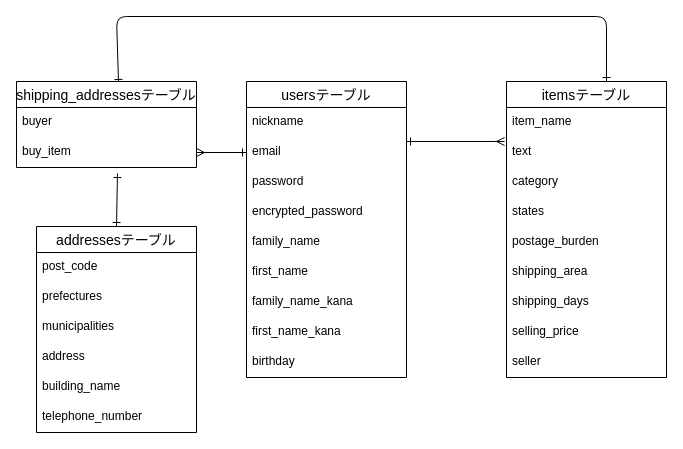
This is furima.dio from Shibasaki-Suzuka/furima-39101, a draw.io file, before an edit. Source tidied: cells renumbered, new cells numbered last; positions are measured from the earlier drawing's top-left corner, leaving out a move shared by most shapes. Both pictures are drawn from the tidied source at 100%, with x=0, y=0 at pixel (16, 16).
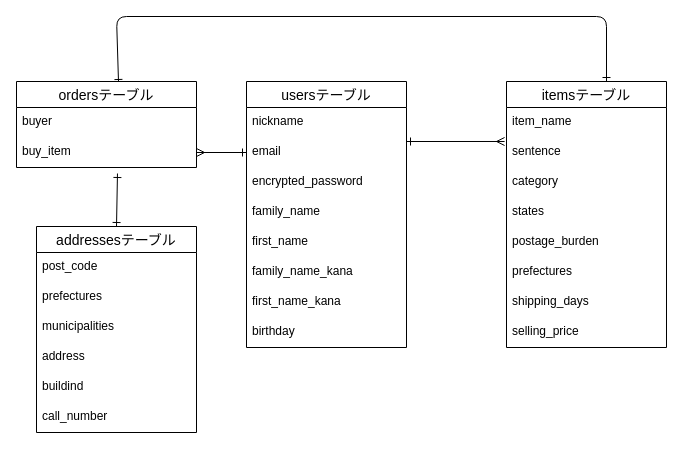
Above is the later version.

Unchanged cells that the change refers to:
```xml
<mxCell id="22" value="addressesテーブル" style="swimlane;fontStyle=0;horizontal=1;startSize=26;align=center;fontSize=14;rounded=0;" parent="1" vertex="1">
  <mxGeometry x="20" y="210" width="160" height="206" as="geometry" />
</mxCell>
```

Diff of the diagram source:
```diff
@@
     <mxCell id="2" value="usersテーブル" style="swimlane;fontStyle=0;horizontal=1;startSize=26;align=center;fontSize=14;rounded=0;" parent="1" vertex="1">
-      <mxGeometry x="230" y="65" width="160" height="296" as="geometry" />
+      <mxGeometry x="230" y="65" width="160" height="266" as="geometry" />
     </mxCell>
@@
-    <mxCell id="5" value="password" style="text;strokeColor=none;fillColor=none;spacingLeft=4;spacingRight=4;overflow=hidden;fontSize=12;rounded=0;" parent="2" vertex="1">
-      <mxGeometry y="86" width="160" height="30" as="geometry" />
-    </mxCell>
     <mxCell id="6" value="encrypted_password" style="text;strokeColor=none;fillColor=none;spacingLeft=4;spacingRight=4;overflow=hidden;fontSize=12;rounded=0;" parent="2" vertex="1">
-      <mxGeometry y="116" width="160" height="30" as="geometry" />
+      <mxGeometry y="86" width="160" height="30" as="geometry" />
     </mxCell>
     <mxCell id="7" value="family_name" style="text;strokeColor=none;fillColor=none;spacingLeft=4;spacingRight=4;overflow=hidden;fontSize=12;" parent="2" vertex="1">
-      <mxGeometry y="146" width="160" height="30" as="geometry" />
+      <mxGeometry y="116" width="160" height="30" as="geometry" />
     </mxCell>
     <mxCell id="8" value="first_name" style="text;strokeColor=none;fillColor=none;spacingLeft=4;spacingRight=4;overflow=hidden;fontSize=12;" parent="2" vertex="1">
-      <mxGeometry y="176" width="160" height="30" as="geometry" />
+      <mxGeometry y="146" width="160" height="30" as="geometry" />
     </mxCell>
     <mxCell id="9" value="family_name_kana" style="text;strokeColor=none;fillColor=none;spacingLeft=4;spacingRight=4;overflow=hidden;fontSize=12;" parent="2" vertex="1">
-      <mxGeometry y="206" width="160" height="30" as="geometry" />
+      <mxGeometry y="176" width="160" height="30" as="geometry" />
     </mxCell>
     <mxCell id="10" value="first_name_kana" style="text;strokeColor=none;fillColor=none;spacingLeft=4;spacingRight=4;overflow=hidden;fontSize=12;" parent="2" vertex="1">
-      <mxGeometry y="236" width="160" height="30" as="geometry" />
+      <mxGeometry y="206" width="160" height="30" as="geometry" />
     </mxCell>
     <mxCell id="11" value="birthday" style="text;strokeColor=none;fillColor=none;spacingLeft=4;spacingRight=4;overflow=hidden;fontSize=12;" parent="2" vertex="1">
-      <mxGeometry y="266" width="160" height="30" as="geometry" />
+      <mxGeometry y="236" width="160" height="30" as="geometry" />
     </mxCell>
     <mxCell id="12" value="itemsテーブル" style="swimlane;fontStyle=0;horizontal=1;startSize=26;align=center;fontSize=14;rounded=0;" parent="1" vertex="1">
-      <mxGeometry x="490" y="65" width="160" height="296" as="geometry" />
+      <mxGeometry x="490" y="65" width="160" height="266" as="geometry" />
     </mxCell>
@@
-    <mxCell id="14" value="text" style="text;strokeColor=none;fillColor=none;spacingLeft=4;spacingRight=4;overflow=hidden;points=[[0,0.5],[1,0.5]];portConstraint=eastwest;fontSize=12;rounded=0;" parent="12" vertex="1">
+    <mxCell id="14" value="sentence" style="text;strokeColor=none;fillColor=none;spacingLeft=4;spacingRight=4;overflow=hidden;points=[[0,0.5],[1,0.5]];portConstraint=eastwest;fontSize=12;rounded=0;" parent="12" vertex="1">
       <mxGeometry y="56" width="160" height="30" as="geometry" />
     </mxCell>
@@
-    <mxCell id="18" value="shipping_area" style="text;strokeColor=none;fillColor=none;spacingLeft=4;spacingRight=4;overflow=hidden;fontSize=12;" parent="12" vertex="1">
-      <mxGeometry y="176" width="160" height="30" as="geometry" />
-    </mxCell>
+    <mxCell id="36" value="prefectures" style="text;strokeColor=none;fillColor=none;spacingLeft=4;spacingRight=4;overflow=hidden;fontSize=12;" parent="12" vertex="1">
+      <mxGeometry y="176" width="160" height="30" as="geometry" />
+    </mxCell>
@@
-    <mxCell id="21" value="seller" style="text;strokeColor=none;fillColor=none;spacingLeft=4;spacingRight=4;overflow=hidden;fontSize=12;" parent="12" vertex="1">
-      <mxGeometry y="266" width="160" height="30" as="geometry" />
-    </mxCell>
@@
-    <mxCell id="27" value="building_name" style="text;strokeColor=none;fillColor=none;spacingLeft=4;spacingRight=4;overflow=hidden;fontSize=12;" parent="22" vertex="1">
-      <mxGeometry y="146" width="160" height="30" as="geometry" />
-    </mxCell>
+    <mxCell id="37" value="buildind" style="text;strokeColor=none;fillColor=none;spacingLeft=4;spacingRight=4;overflow=hidden;fontSize=12;labelBorderColor=none;" parent="22" vertex="1">
+      <mxGeometry y="146" width="160" height="30" as="geometry" />
+    </mxCell>
-    <mxCell id="28" value="telephone_number" style="text;strokeColor=none;fillColor=none;spacingLeft=4;spacingRight=4;overflow=hidden;fontSize=12;" parent="22" vertex="1">
+    <mxCell id="28" value="call_number" style="text;strokeColor=none;fillColor=none;spacingLeft=4;spacingRight=4;overflow=hidden;fontSize=12;" parent="22" vertex="1">
       <mxGeometry y="176" width="160" height="30" as="geometry" />
     </mxCell>
@@
-    <mxCell id="30" value="shipping_addressesテーブル" style="swimlane;fontStyle=0;horizontal=1;startSize=26;align=center;fontSize=14;rounded=0;" parent="1" vertex="1">
+    <mxCell id="30" value="ordersテーブル" style="swimlane;fontStyle=0;horizontal=1;startSize=26;align=center;fontSize=14;rounded=0;" parent="1" vertex="1">
       <mxGeometry y="65" width="180" height="86" as="geometry" />
     </mxCell>
```
